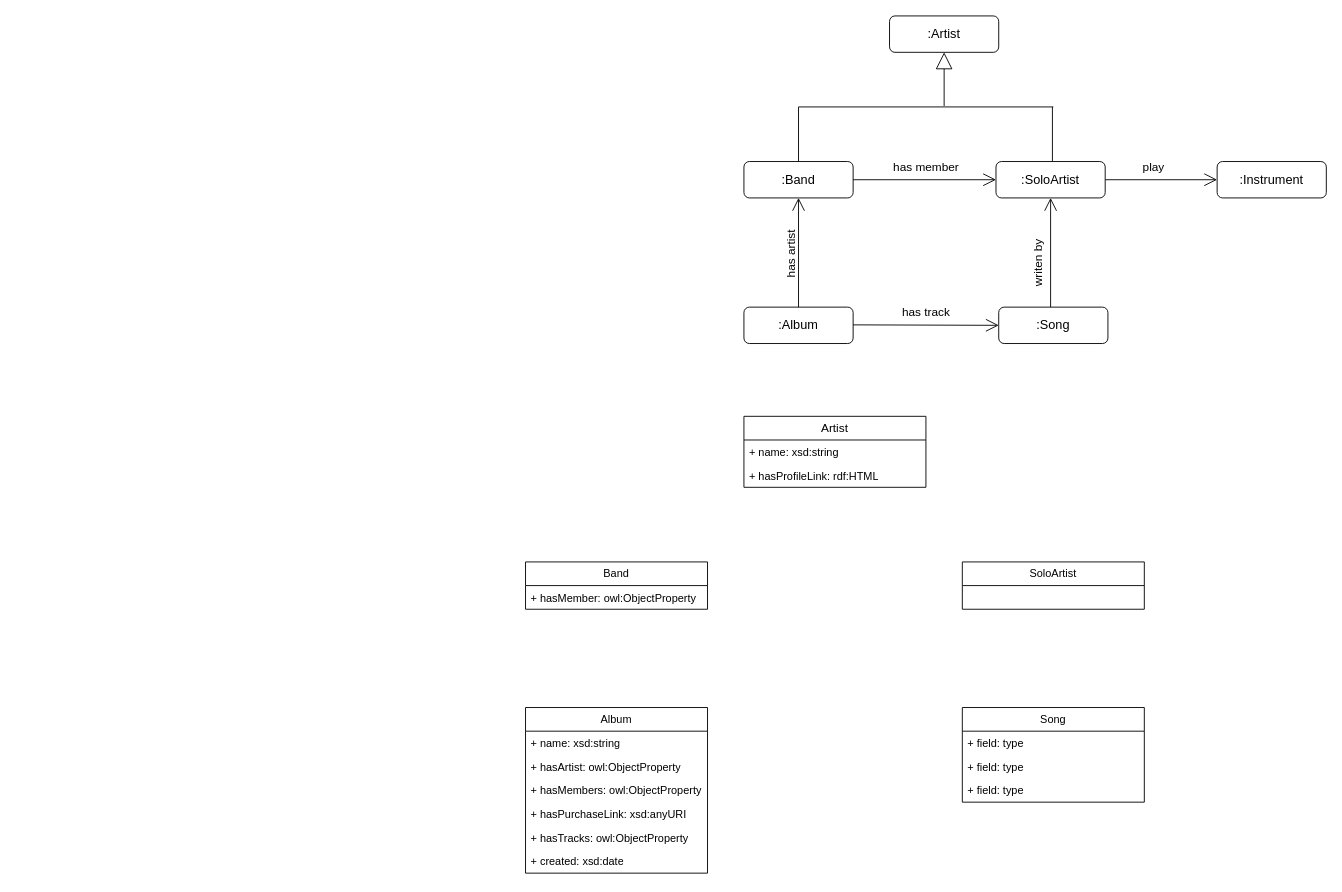
tyk1hc/drawio keeps this draw.io diagram as RDFMusicModel.drawio. Above is the earlier version. Source tidied: cells renumbered, new cells numbered last; positions are measured from the earlier drawing's top-left corner, leaving out a move shared by most shapes. Both pictures are drawn from the tidied source at 91%, with x=0, y=0 at pixel (525, 15).
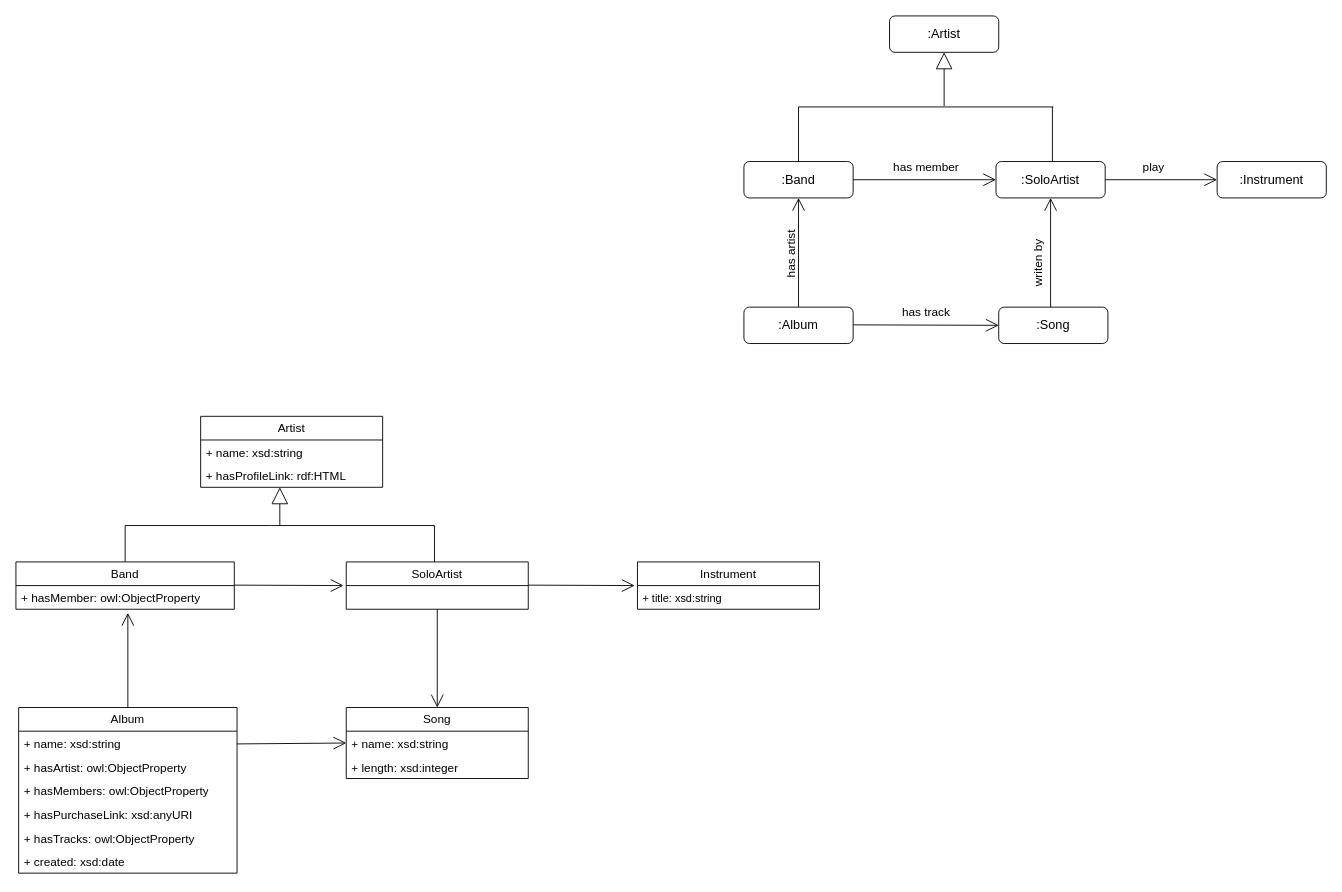
Above is the later version.

The edit, as a diff of the source:
```diff
@@
     <mxCell id="23" value="Artist" style="swimlane;fontStyle=0;horizontal=1;startSize=26;fillColor=none;whiteSpace=wrap;html=1;fontSize=13;" parent="1" vertex="1">
-      <mxGeometry x="240" y="440" width="200" height="78" as="geometry" />
+      <mxGeometry x="-357" y="440" width="200" height="78" as="geometry" />
     </mxCell>
-    <mxCell id="24" value="+ name: xsd:string" style="text;strokeColor=none;fillColor=none;align=left;verticalAlign=top;spacingLeft=4;spacingRight=4;overflow=hidden;whiteSpace=wrap;html=1;" parent="23" vertex="1">
+    <mxCell id="24" value="&lt;font style=&quot;font-size: 13px;&quot;&gt;+ name: xsd:string&lt;/font&gt;" style="text;strokeColor=none;fillColor=none;align=left;verticalAlign=top;spacingLeft=4;spacingRight=4;overflow=hidden;whiteSpace=wrap;html=1;" parent="23" vertex="1">
       <mxGeometry y="26" width="200" height="26" as="geometry" />
     </mxCell>
-    <mxCell id="25" value="+ hasProfileLink: rdf:HTML" style="text;strokeColor=none;fillColor=none;align=left;verticalAlign=top;spacingLeft=4;spacingRight=4;overflow=hidden;whiteSpace=wrap;html=1;" parent="23" vertex="1">
+    <mxCell id="25" value="&lt;font style=&quot;font-size: 13px;&quot;&gt;+ hasProfileLink: rdf:HTML&lt;/font&gt;" style="text;strokeColor=none;fillColor=none;align=left;verticalAlign=top;spacingLeft=4;spacingRight=4;overflow=hidden;whiteSpace=wrap;html=1;" parent="23" vertex="1">
       <mxGeometry y="52" width="200" height="26" as="geometry" />
     </mxCell>
-    <mxCell id="26" value="Band" style="swimlane;fontStyle=0;horizontal=1;startSize=26;fillColor=none;whiteSpace=wrap;html=1;" parent="1" vertex="1">
-      <mxGeometry y="600" width="200" height="52" as="geometry" />
+    <mxCell id="26" value="&lt;font style=&quot;font-size: 13px;&quot;&gt;Band&lt;/font&gt;" style="swimlane;fontStyle=0;horizontal=1;startSize=26;fillColor=none;whiteSpace=wrap;html=1;" parent="1" vertex="1">
+      <mxGeometry x="-560" y="600" width="240" height="52" as="geometry" />
     </mxCell>
-    <mxCell id="27" value="+ hasMember: owl:ObjectProperty" style="text;strokeColor=none;fillColor=none;align=left;verticalAlign=top;spacingLeft=4;spacingRight=4;overflow=hidden;whiteSpace=wrap;html=1;" parent="26" vertex="1">
-      <mxGeometry y="26" width="200" height="26" as="geometry" />
+    <mxCell id="27" value="&lt;font style=&quot;font-size: 13px;&quot;&gt;+ hasMember: owl:ObjectProperty&lt;/font&gt;" style="text;strokeColor=none;fillColor=none;align=left;verticalAlign=top;spacingLeft=4;spacingRight=4;overflow=hidden;whiteSpace=wrap;html=1;" parent="26" vertex="1">
+      <mxGeometry y="26" width="240" height="26" as="geometry" />
     </mxCell>
-    <mxCell id="28" value="SoloArtist" style="swimlane;fontStyle=0;horizontal=1;startSize=26;fillColor=none;whiteSpace=wrap;html=1;" parent="1" vertex="1">
-      <mxGeometry x="480" y="600" width="200" height="52" as="geometry" />
+    <mxCell id="28" value="&lt;font style=&quot;font-size: 13px;&quot;&gt;SoloArtist&lt;/font&gt;" style="swimlane;fontStyle=0;horizontal=1;startSize=26;fillColor=none;whiteSpace=wrap;html=1;" parent="1" vertex="1">
+      <mxGeometry x="-197" y="600" width="200" height="52" as="geometry" />
     </mxCell>
-    <mxCell id="29" value="Album" style="swimlane;fontStyle=0;horizontal=1;startSize=26;fillColor=none;whiteSpace=wrap;html=1;" parent="1" vertex="1">
-      <mxGeometry y="760" width="200" height="182" as="geometry" />
+    <mxCell id="29" value="&lt;font style=&quot;font-size: 13px;&quot;&gt;Album&lt;/font&gt;" style="swimlane;fontStyle=0;horizontal=1;startSize=26;fillColor=none;whiteSpace=wrap;html=1;" parent="1" vertex="1">
+      <mxGeometry x="-557" y="760" width="240" height="182" as="geometry" />
     </mxCell>
-    <mxCell id="30" value="+ name: xsd:string" style="text;strokeColor=none;fillColor=none;align=left;verticalAlign=top;spacingLeft=4;spacingRight=4;overflow=hidden;whiteSpace=wrap;html=1;" parent="29" vertex="1">
-      <mxGeometry y="26" width="200" height="26" as="geometry" />
+    <mxCell id="30" value="&lt;font style=&quot;font-size: 13px;&quot;&gt;+ name: xsd:string&lt;/font&gt;" style="text;strokeColor=none;fillColor=none;align=left;verticalAlign=top;spacingLeft=4;spacingRight=4;overflow=hidden;whiteSpace=wrap;html=1;" parent="29" vertex="1">
+      <mxGeometry y="26" width="240" height="26" as="geometry" />
     </mxCell>
-    <mxCell id="31" value="+ hasArtist: owl:ObjectProperty" style="text;strokeColor=none;fillColor=none;align=left;verticalAlign=top;spacingLeft=4;spacingRight=4;overflow=hidden;whiteSpace=wrap;html=1;" parent="29" vertex="1">
-      <mxGeometry y="52" width="200" height="26" as="geometry" />
+    <mxCell id="31" value="&lt;font style=&quot;font-size: 13px;&quot;&gt;+ hasArtist: owl:ObjectProperty&lt;/font&gt;" style="text;strokeColor=none;fillColor=none;align=left;verticalAlign=top;spacingLeft=4;spacingRight=4;overflow=hidden;whiteSpace=wrap;html=1;" parent="29" vertex="1">
+      <mxGeometry y="52" width="240" height="26" as="geometry" />
     </mxCell>
-    <mxCell id="32" value="+ hasMembers: owl:ObjectProperty" style="text;strokeColor=none;fillColor=none;align=left;verticalAlign=top;spacingLeft=4;spacingRight=4;overflow=hidden;whiteSpace=wrap;html=1;" parent="29" vertex="1">
-      <mxGeometry y="78" width="200" height="26" as="geometry" />
+    <mxCell id="32" value="&lt;font style=&quot;font-size: 13px;&quot;&gt;+ hasMembers: owl:ObjectProperty&lt;/font&gt;" style="text;strokeColor=none;fillColor=none;align=left;verticalAlign=top;spacingLeft=4;spacingRight=4;overflow=hidden;whiteSpace=wrap;html=1;" parent="29" vertex="1">
+      <mxGeometry y="78" width="240" height="26" as="geometry" />
     </mxCell>
-    <mxCell id="33" value="+ hasPurchaseLink: xsd:anyURI" style="text;strokeColor=none;fillColor=none;align=left;verticalAlign=top;spacingLeft=4;spacingRight=4;overflow=hidden;whiteSpace=wrap;html=1;" parent="29" vertex="1">
-      <mxGeometry y="104" width="200" height="26" as="geometry" />
+    <mxCell id="33" value="&lt;font style=&quot;font-size: 13px;&quot;&gt;+ hasPurchaseLink: xsd:anyURI&lt;/font&gt;" style="text;strokeColor=none;fillColor=none;align=left;verticalAlign=top;spacingLeft=4;spacingRight=4;overflow=hidden;whiteSpace=wrap;html=1;" parent="29" vertex="1">
+      <mxGeometry y="104" width="240" height="26" as="geometry" />
     </mxCell>
-    <mxCell id="34" value="+ hasTracks: owl:ObjectProperty" style="text;strokeColor=none;fillColor=none;align=left;verticalAlign=top;spacingLeft=4;spacingRight=4;overflow=hidden;whiteSpace=wrap;html=1;" parent="29" vertex="1">
-      <mxGeometry y="130" width="200" height="26" as="geometry" />
+    <mxCell id="34" value="&lt;font style=&quot;font-size: 13px;&quot;&gt;+ hasTracks: owl:ObjectProperty&lt;/font&gt;" style="text;strokeColor=none;fillColor=none;align=left;verticalAlign=top;spacingLeft=4;spacingRight=4;overflow=hidden;whiteSpace=wrap;html=1;" parent="29" vertex="1">
+      <mxGeometry y="130" width="240" height="26" as="geometry" />
     </mxCell>
-    <mxCell id="35" value="+ created: xsd:date" style="text;strokeColor=none;fillColor=none;align=left;verticalAlign=top;spacingLeft=4;spacingRight=4;overflow=hidden;whiteSpace=wrap;html=1;" parent="29" vertex="1">
-      <mxGeometry y="156" width="200" height="26" as="geometry" />
+    <mxCell id="35" value="&lt;font&gt;+ created: xsd:date&lt;/font&gt;" style="text;strokeColor=none;fillColor=none;align=left;verticalAlign=top;spacingLeft=4;spacingRight=4;overflow=hidden;whiteSpace=wrap;html=1;fontSize=13;" parent="29" vertex="1">
+      <mxGeometry y="156" width="240" height="26" as="geometry" />
     </mxCell>
-    <mxCell id="36" value="Song" style="swimlane;fontStyle=0;horizontal=1;startSize=26;fillColor=none;whiteSpace=wrap;html=1;" parent="1" vertex="1">
-      <mxGeometry x="480" y="760" width="200" height="104" as="geometry" />
+    <mxCell id="36" value="&lt;font style=&quot;font-size: 13px;&quot;&gt;Song&lt;/font&gt;" style="swimlane;fontStyle=0;horizontal=1;startSize=26;fillColor=none;whiteSpace=wrap;html=1;" parent="1" vertex="1">
+      <mxGeometry x="-197" y="760" width="200" height="78" as="geometry" />
     </mxCell>
-    <mxCell id="37" value="+ field: type" style="text;strokeColor=none;fillColor=none;align=left;verticalAlign=top;spacingLeft=4;spacingRight=4;overflow=hidden;points=[[0,0.5],[1,0.5]];portConstraint=eastwest;whiteSpace=wrap;html=1;" parent="36" vertex="1">
+    <mxCell id="37" value="&lt;font style=&quot;font-size: 13px;&quot;&gt;+ name: xsd:string&lt;/font&gt;" style="text;strokeColor=none;fillColor=none;align=left;verticalAlign=top;spacingLeft=4;spacingRight=4;overflow=hidden;points=[[0,0.5],[1,0.5]];portConstraint=eastwest;whiteSpace=wrap;html=1;" parent="36" vertex="1">
       <mxGeometry y="26" width="200" height="26" as="geometry" />
     </mxCell>
-    <mxCell id="38" value="+ field: type" style="text;strokeColor=none;fillColor=none;align=left;verticalAlign=top;spacingLeft=4;spacingRight=4;overflow=hidden;whiteSpace=wrap;html=1;" parent="36" vertex="1">
+    <mxCell id="38" value="&lt;font style=&quot;font-size: 13px;&quot;&gt;+ length: xsd:integer&lt;/font&gt;" style="text;strokeColor=none;fillColor=none;align=left;verticalAlign=top;spacingLeft=4;spacingRight=4;overflow=hidden;whiteSpace=wrap;html=1;" parent="36" vertex="1">
       <mxGeometry y="52" width="200" height="26" as="geometry" />
     </mxCell>
-    <mxCell id="39" value="+ field: type" style="text;strokeColor=none;fillColor=none;align=left;verticalAlign=top;spacingLeft=4;spacingRight=4;overflow=hidden;whiteSpace=wrap;html=1;" parent="36" vertex="1">
-      <mxGeometry y="78" width="200" height="26" as="geometry" />
-    </mxCell>
+    <mxCell id="40" value="&lt;font style=&quot;font-size: 13px;&quot;&gt;Instrument&lt;/font&gt;" style="swimlane;fontStyle=0;horizontal=1;startSize=26;fillColor=none;whiteSpace=wrap;html=1;" parent="1" vertex="1">
+      <mxGeometry x="123" y="600" width="200" height="52" as="geometry" />
+    </mxCell>
+    <mxCell id="41" value="+ title: xsd:string" style="text;strokeColor=none;fillColor=none;align=left;verticalAlign=top;spacingLeft=4;spacingRight=4;overflow=hidden;whiteSpace=wrap;html=1;" parent="40" vertex="1">
+      <mxGeometry y="26" width="200" height="26" as="geometry" />
+    </mxCell>
+    <mxCell id="42" style="endArrow=block;endSize=16;endFill=0;html=1;rounded=0;" parent="1" edge="1">
+      <mxGeometry relative="1" as="geometry">
+        <mxPoint x="-270" y="560" as="sourcePoint" />
+        <mxPoint x="-270" y="518" as="targetPoint" />
+      </mxGeometry>
+    </mxCell>
+    <mxCell id="43" style="endArrow=none;html=1;rounded=0;" parent="1" edge="1">
+      <mxGeometry relative="1" as="geometry">
+        <mxPoint x="-440" y="600" as="sourcePoint" />
+        <mxPoint x="-280" y="560" as="targetPoint" />
+        <Array as="points">
+          <mxPoint x="-440" y="560" />
+        </Array>
+      </mxGeometry>
+    </mxCell>
+    <mxCell id="44" style="endArrow=none;html=1;rounded=0;" parent="1" edge="1">
+      <mxGeometry relative="1" as="geometry">
+        <mxPoint x="-100" y="600" as="sourcePoint" />
+        <mxPoint x="-280" y="560" as="targetPoint" />
+        <Array as="points">
+          <mxPoint x="-100" y="560" />
+        </Array>
+      </mxGeometry>
+    </mxCell>
+    <mxCell id="45" style="endArrow=open;endFill=1;endSize=12;html=1;rounded=0;" parent="1" edge="1">
+      <mxGeometry relative="1" as="geometry">
+        <mxPoint x="3" y="625.5" as="sourcePoint" />
+        <mxPoint x="120" y="626" as="targetPoint" />
+      </mxGeometry>
+    </mxCell>
+    <mxCell id="46" style="endArrow=open;endFill=1;endSize=12;html=1;rounded=0;exitX=0.5;exitY=1;exitDx=0;exitDy=0;entryX=0.5;entryY=0;entryDx=0;entryDy=0;" parent="1" edge="1" source="28" target="36">
+      <mxGeometry relative="1" as="geometry" />
+    </mxCell>
+    <mxCell id="47" style="endArrow=open;endFill=1;endSize=12;html=1;rounded=0;" parent="1" edge="1">
+      <mxGeometry relative="1" as="geometry">
+        <mxPoint x="-320" y="625.5" as="sourcePoint" />
+        <mxPoint x="-200" y="626" as="targetPoint" />
+      </mxGeometry>
+    </mxCell>
+    <mxCell id="48" style="endArrow=open;endFill=1;endSize=12;html=1;rounded=0;exitX=0.5;exitY=0;exitDx=0;exitDy=0;" parent="1" edge="1" source="29">
+      <mxGeometry relative="1" as="geometry">
+        <mxPoint x="-437" y="656" as="targetPoint" />
+      </mxGeometry>
+    </mxCell>
+    <mxCell id="49" style="endArrow=open;endFill=1;endSize=12;html=1;rounded=0;entryX=0;entryY=0.5;entryDx=0;entryDy=0;" parent="1" edge="1" target="37">
+      <mxGeometry relative="1" as="geometry">
+        <mxPoint x="-317" y="800" as="sourcePoint" />
+      </mxGeometry>
+    </mxCell>
```
